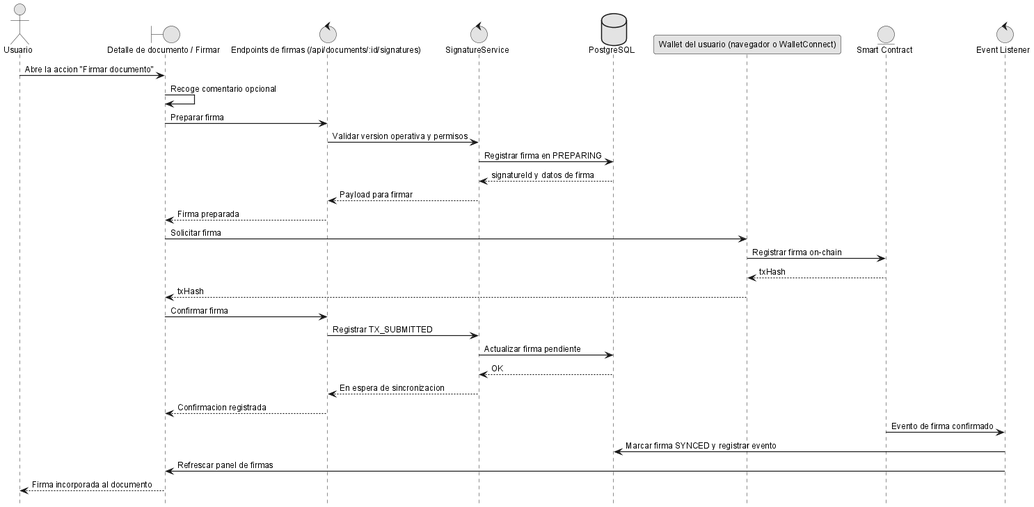
The PlantUML diagram anexos/diagramas/seq-sign.png in ErDeivih/DocumentChain, before a commit. The source it was exported from:
```plantuml
@startuml
!include _sequence-style.puml
actor Usuario as user
boundary "Detalle de documento / Firmar" as ui
control "Endpoints de firmas (/api/documents/:id/signatures)" as api
control "SignatureService" as srv
database "PostgreSQL" as db
participant "Wallet del usuario (navegador o WalletConnect)" as wallet
entity "Smart Contract" as sc
control "Event Listener" as listener

user -> ui: Abre la accion "Firmar documento"
ui -> ui: Recoge comentario opcional
ui -> api: Preparar firma
api -> srv: Validar version operativa y permisos
srv -> db: Registrar firma en PREPARING
db --> srv: signatureId y datos de firma
srv --> api: Payload para firmar
api --> ui: Firma preparada

ui -> wallet: Solicitar firma
wallet -> sc: Registrar firma on-chain
sc --> wallet: txHash
wallet --> ui: txHash

ui -> api: Confirmar firma
api -> srv: Registrar TX_SUBMITTED
srv -> db: Actualizar firma pendiente
db --> srv: OK
srv --> api: En espera de sincronizacion
api --> ui: Confirmacion registrada

sc -> listener: Evento de firma confirmado
listener -> db: Marcar firma SYNCED y registrar evento
listener -> ui: Refrescar panel de firmas
ui --> user: Firma incorporada al documento

@enduml
```
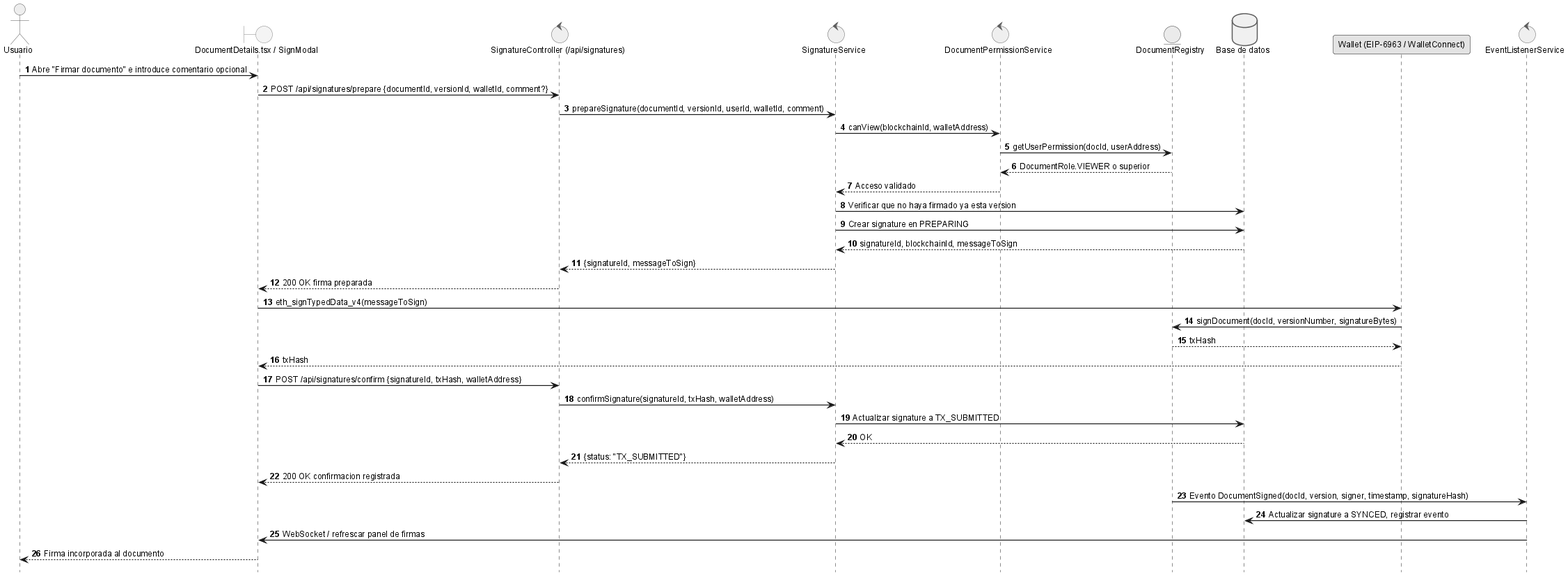
After the change.

Diff of the diagram source:
```diff
@@ -1,38 +1,43 @@
 @startuml
 !include _sequence-style.puml
 actor Usuario as user
-boundary "Detalle de documento / Firmar" as ui
-control "Endpoints de firmas (/api/documents/:id/signatures)" as api
+boundary "DocumentDetails.tsx / SignModal" as ui
+control "SignatureController (/api/signatures)" as api
 control "SignatureService" as srv
-database "PostgreSQL" as db
-participant "Wallet del usuario (navegador o WalletConnect)" as wallet
-entity "Smart Contract" as sc
-control "Event Listener" as listener
+control "DocumentPermissionService" as perm
+entity "DocumentRegistry" as sc
+database "Base de datos" as db
+participant "Wallet (EIP-6963 / WalletConnect)" as wallet
+control "EventListenerService" as listener
 
-user -> ui: Abre la accion "Firmar documento"
-ui -> ui: Recoge comentario opcional
-ui -> api: Preparar firma
-api -> srv: Validar version operativa y permisos
-srv -> db: Registrar firma en PREPARING
-db --> srv: signatureId y datos de firma
-srv --> api: Payload para firmar
-api --> ui: Firma preparada
+user -> ui: Abre "Firmar documento" e introduce comentario opcional
+ui -> api: POST /api/signatures/prepare {documentId, versionId, walletId, comment?}
+api -> srv: prepareSignature(documentId, versionId, userId, walletId, comment)
+srv -> perm: canView(blockchainId, walletAddress)
+perm -> sc: getUserPermission(docId, userAddress)
+sc --> perm: DocumentRole.VIEWER o superior
+perm --> srv: Acceso validado
+srv -> db: Verificar que no haya firmado ya esta version
+srv -> db: Crear signature en PREPARING
+db --> srv: signatureId, blockchainId, messageToSign
+srv --> api: {signatureId, messageToSign}
+api --> ui: 200 OK firma preparada
 
-ui -> wallet: Solicitar firma
-wallet -> sc: Registrar firma on-chain
+ui -> wallet: eth_signTypedData_v4(messageToSign)
+wallet -> sc: signDocument(docId, versionNumber, signatureBytes)
 sc --> wallet: txHash
 wallet --> ui: txHash
 
-ui -> api: Confirmar firma
-api -> srv: Registrar TX_SUBMITTED
-srv -> db: Actualizar firma pendiente
+ui -> api: POST /api/signatures/confirm {signatureId, txHash, walletAddress}
+api -> srv: confirmSignature(signatureId, txHash, walletAddress)
+srv -> db: Actualizar signature a TX_SUBMITTED
 db --> srv: OK
-srv --> api: En espera de sincronizacion
-api --> ui: Confirmacion registrada
+srv --> api: {status: "TX_SUBMITTED"}
+api --> ui: 200 OK confirmacion registrada
 
-sc -> listener: Evento de firma confirmado
-listener -> db: Marcar firma SYNCED y registrar evento
-listener -> ui: Refrescar panel de firmas
+sc -> listener: Evento DocumentSigned(docId, version, signer, timestamp, signatureHash)
+listener -> db: Actualizar signature a SYNCED, registrar evento
+listener -> ui: WebSocket / refrescar panel de firmas
 ui --> user: Firma incorporada al documento
 
 @enduml
```
